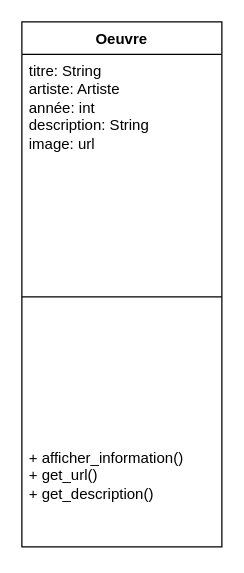
Earlier version of the draw.io diagram artefile_uml.drawio (akbarNz/projet_dev_ba2). Source tidied: cells renumbered, new cells numbered last; positions are measured from the earlier drawing's top-left corner, leaving out a move shared by most shapes. Both pictures are drawn from the tidied source at 125%, with x=0, y=0 at pixel (21, 21).
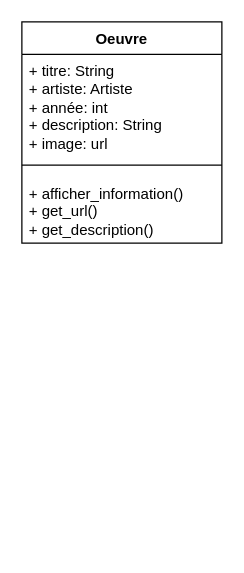
The same page after the edit.

Commit message:
Mettre à jour oeuvre

Change to the diagram source:
```diff
@@
 <mxGraphModel>
   <root>
     <mxCell id="0" />
     <mxCell id="1" parent="0" />
     <mxCell id="2" value="Oeuvre" style="swimlane;fontStyle=1;align=center;verticalAlign=top;horizontal=1;startSize=26;whiteSpace=wrap;html=1;" parent="1" vertex="1">
-      <mxGeometry width="160" height="420" as="geometry" />
+      <mxGeometry width="160" height="177" as="geometry" />
     </mxCell>
-    <mxCell id="3" value="&lt;span style=&quot;text-wrap-mode: nowrap;&quot;&gt;titre: String&lt;/span&gt;&lt;br style=&quot;padding: 0px; margin: 0px; text-wrap-mode: nowrap;&quot;&gt;&lt;span style=&quot;text-wrap-mode: nowrap;&quot;&gt;artiste: Artiste&lt;/span&gt;&lt;br style=&quot;padding: 0px; margin: 0px; text-wrap-mode: nowrap;&quot;&gt;&lt;span style=&quot;text-wrap-mode: nowrap;&quot;&gt;année: int&lt;/span&gt;&lt;br style=&quot;padding: 0px; margin: 0px; text-wrap-mode: nowrap;&quot;&gt;&lt;span style=&quot;text-wrap-mode: nowrap;&quot;&gt;description: String&lt;/span&gt;&lt;br style=&quot;padding: 0px; margin: 0px; text-wrap-mode: nowrap;&quot;&gt;&lt;span style=&quot;text-wrap-mode: nowrap;&quot;&gt;image: url&lt;/span&gt;" style="text;strokeColor=none;fillColor=none;align=left;verticalAlign=top;spacingLeft=4;spacingRight=4;overflow=hidden;whiteSpace=wrap;html=1;" parent="2" vertex="1">
+    <mxCell id="3" value="&lt;span style=&quot;text-wrap-mode: nowrap;&quot;&gt;+ titre: String&lt;/span&gt;&lt;br style=&quot;padding: 0px; margin: 0px; text-wrap-mode: nowrap;&quot;&gt;&lt;span style=&quot;text-wrap-mode: nowrap;&quot;&gt;+ artiste: Artiste&lt;/span&gt;&lt;br style=&quot;padding: 0px; margin: 0px; text-wrap-mode: nowrap;&quot;&gt;&lt;span style=&quot;text-wrap-mode: nowrap;&quot;&gt;+ année: int&lt;/span&gt;&lt;br style=&quot;padding: 0px; margin: 0px; text-wrap-mode: nowrap;&quot;&gt;&lt;span style=&quot;text-wrap-mode: nowrap;&quot;&gt;+ description: String&lt;/span&gt;&lt;br style=&quot;padding: 0px; margin: 0px; text-wrap-mode: nowrap;&quot;&gt;&lt;span style=&quot;text-wrap-mode: nowrap;&quot;&gt;+ image: url&lt;/span&gt;" style="text;strokeColor=none;fillColor=none;align=left;verticalAlign=top;spacingLeft=4;spacingRight=4;overflow=hidden;whiteSpace=wrap;html=1;" parent="2" vertex="1">
       <mxGeometry y="26" width="160" height="79" as="geometry" />
     </mxCell>
     <mxCell id="4" style="line;strokeWidth=1;fillColor=none;align=left;verticalAlign=middle;spacingTop=-1;spacingLeft=3;spacingRight=3;labelPosition=right;strokeColor=inherit;" parent="2" vertex="1">
-      <mxGeometry y="105" width="160" height="230" as="geometry" />
+      <mxGeometry y="105" width="160" height="19" as="geometry" />
     </mxCell>
     <mxCell id="5" value="+ afficher_information()&lt;div&gt;+ get_url()&lt;/div&gt;&lt;div&gt;+&amp;nbsp;&lt;span style=&quot;background-color: initial;&quot;&gt;get_description()&lt;/span&gt;&lt;/div&gt;" style="text;strokeColor=none;fillColor=none;align=left;verticalAlign=top;spacingLeft=4;spacingRight=4;overflow=hidden;whiteSpace=wrap;html=1;" parent="2" vertex="1">
-      <mxGeometry y="335" width="160" height="85" as="geometry" />
+      <mxGeometry y="124" width="160" height="53" as="geometry" />
     </mxCell>
   </root>
 </mxGraphModel>
```
